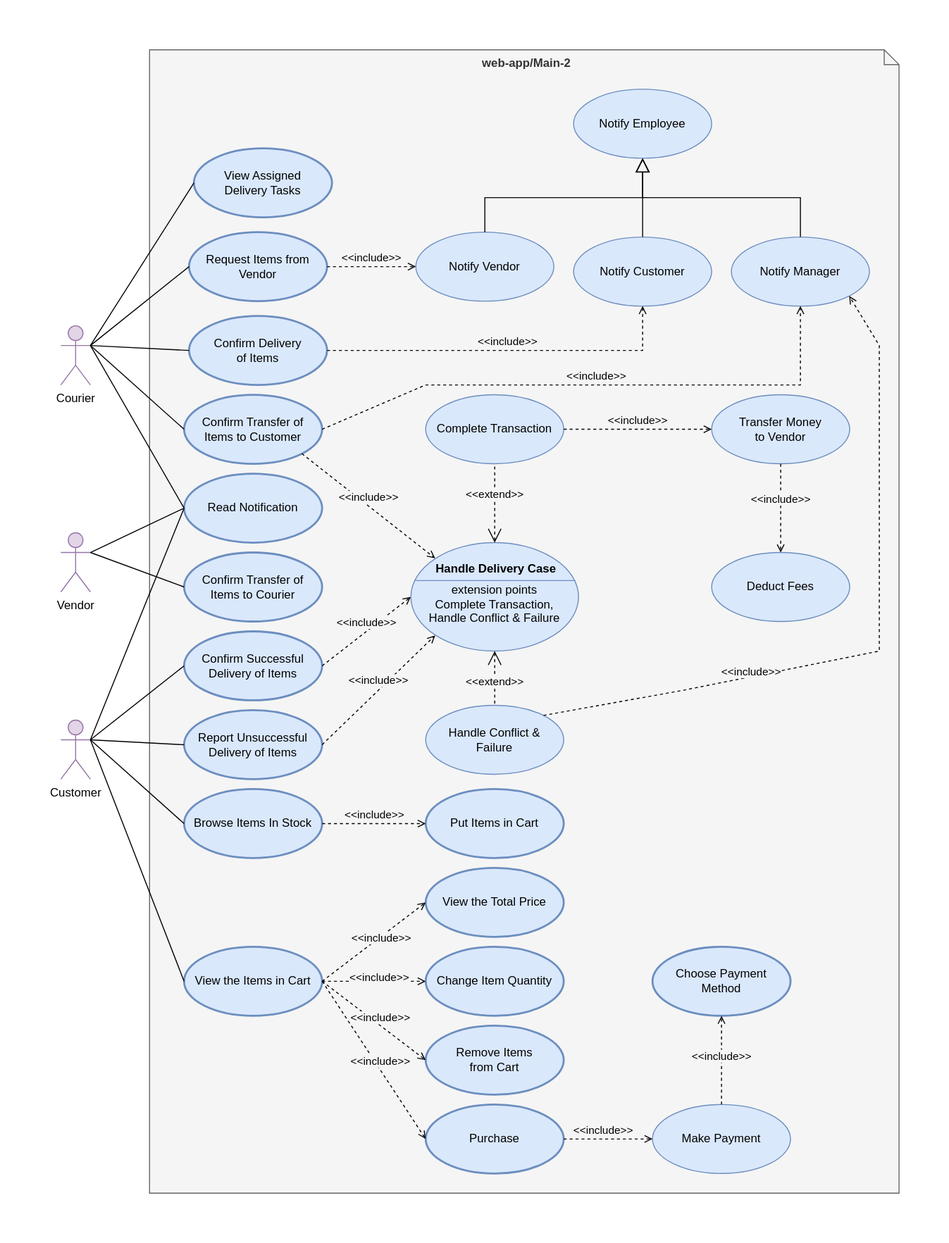
The draw.io diagram software requirement/spec/media/main-use-case-diagram-2.drawio.svg in nati-esh-zed/online_shopping_webapp, before a commit. Source tidied: cells renumbered, new cells last; positions are measured from the earlier drawing's top-left corner, leaving out a move shared by most shapes.
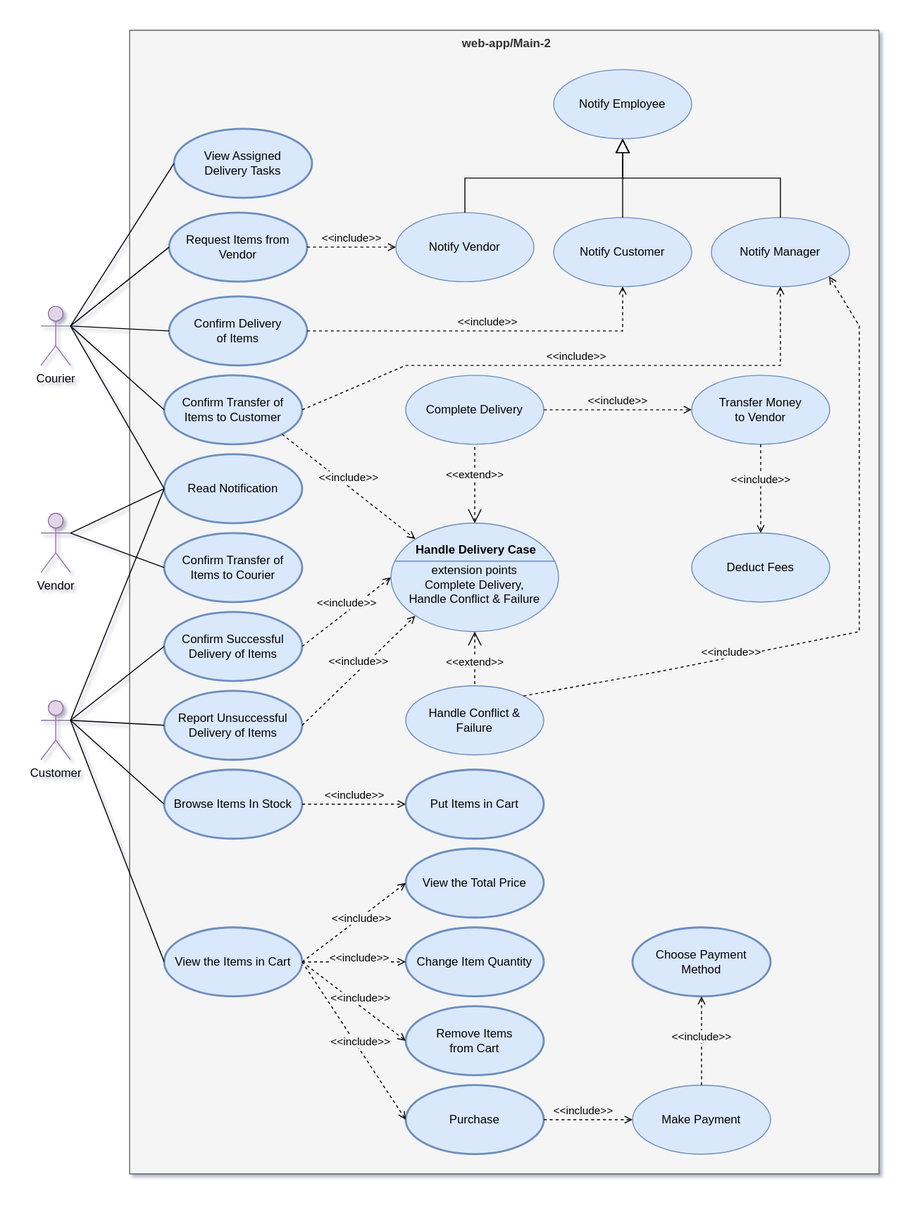
After the commit.

Commit message:
update use case diagram and related exports

The edit, as a diff of the source:
```diff
@@ -2,7 +2,7 @@
   <root>
     <mxCell id="0" />
     <mxCell id="1" parent="0" />
-    <mxCell id="2" value="web-app/Main-2" style="shape=note;html=1;verticalAlign=top;fontStyle=1;whiteSpace=wrap;align=center;fillColor=#F5F5F5;fontColor=#333333;strokeColor=#666666;size=15;spacingLeft=5;labelBackgroundColor=#f5f5f5;" parent="1" vertex="1">
+    <mxCell id="2" value="web-app/Main-2" style="shape=note;html=1;verticalAlign=top;fontStyle=1;whiteSpace=wrap;align=center;fillColor=#F5F5F5;fontColor=#333333;strokeColor=#666666;size=0;spacingLeft=5;labelBackgroundColor=#f5f5f5;" parent="1" vertex="1">
       <mxGeometry x="90" width="760" height="1160" as="geometry" />
     </mxCell>
     <mxCell id="3" value="Request Items from Vendor" style="ellipse;whiteSpace=wrap;html=1;fillColor=#dae8fc;strokeColor=#6c8ebf;strokeWidth=2;" parent="1" vertex="1">
@@ -191,7 +191,7 @@
     <mxCell id="55" value="Transfer Money &lt;br&gt;to Vendor" style="ellipse;whiteSpace=wrap;html=1;fillColor=#dae8fc;strokeColor=#6c8ebf;strokeWidth=1;" parent="1" vertex="1">
       <mxGeometry x="660" y="350" width="140" height="70" as="geometry" />
     </mxCell>
-    <mxCell id="56" value="&lt;br&gt;extension points&lt;br&gt;Complete Transaction,&lt;br&gt;Handle Conflict &amp;amp; Failure" style="html=1;shape=mxgraph.sysml.useCaseExtPt;whiteSpace=wrap;align=center;fillColor=#dae8fc;strokeColor=#6c8ebf;" parent="1" vertex="1">
+    <mxCell id="56" value="&lt;br&gt;extension points&lt;br&gt;Complete Delivery,&lt;br&gt;Handle Conflict &amp;amp; Failure" style="html=1;shape=mxgraph.sysml.useCaseExtPt;whiteSpace=wrap;align=center;fillColor=#dae8fc;strokeColor=#6c8ebf;" parent="1" vertex="1">
       <mxGeometry x="355" y="500" width="170" height="110" as="geometry" />
     </mxCell>
     <mxCell id="57" value="Handle Delivery Case" style="html=1;verticalAlign=middle;align=center;labelBackgroundColor=none;fontStyle=1;" parent="56" vertex="1">
@@ -211,7 +211,7 @@
     <mxCell id="61" value="&amp;lt;&amp;lt;include&amp;gt;&amp;gt;" style="edgeStyle=none;html=1;endArrow=open;verticalAlign=bottom;dashed=1;labelBackgroundColor=#F5F5F5;rounded=0;exitX=0.5;exitY=1;exitDx=0;exitDy=0;entryX=0.5;entryY=0;entryDx=0;entryDy=0;" parent="1" edge="1" source="55" target="52">
       <mxGeometry relative="1" as="geometry" />
     </mxCell>
-    <mxCell id="62" value="Complete Transaction" style="ellipse;whiteSpace=wrap;html=1;fillColor=#dae8fc;strokeColor=#6c8ebf;strokeWidth=1;" parent="1" vertex="1">
+    <mxCell id="62" value="Complete Delivery" style="ellipse;whiteSpace=wrap;html=1;fillColor=#dae8fc;strokeColor=#6c8ebf;strokeWidth=1;" parent="1" vertex="1">
       <mxGeometry x="370" y="350" width="140" height="70" as="geometry" />
     </mxCell>
     <mxCell id="63" value="&amp;lt;&amp;lt;include&amp;gt;&amp;gt;" style="edgeStyle=none;html=1;endArrow=open;verticalAlign=bottom;dashed=1;labelBackgroundColor=#F5F5F5;rounded=0;exitX=1;exitY=0.5;exitDx=0;exitDy=0;entryX=0;entryY=0.5;entryDx=0;entryDy=0;" parent="1" edge="1" source="62" target="55">
```
